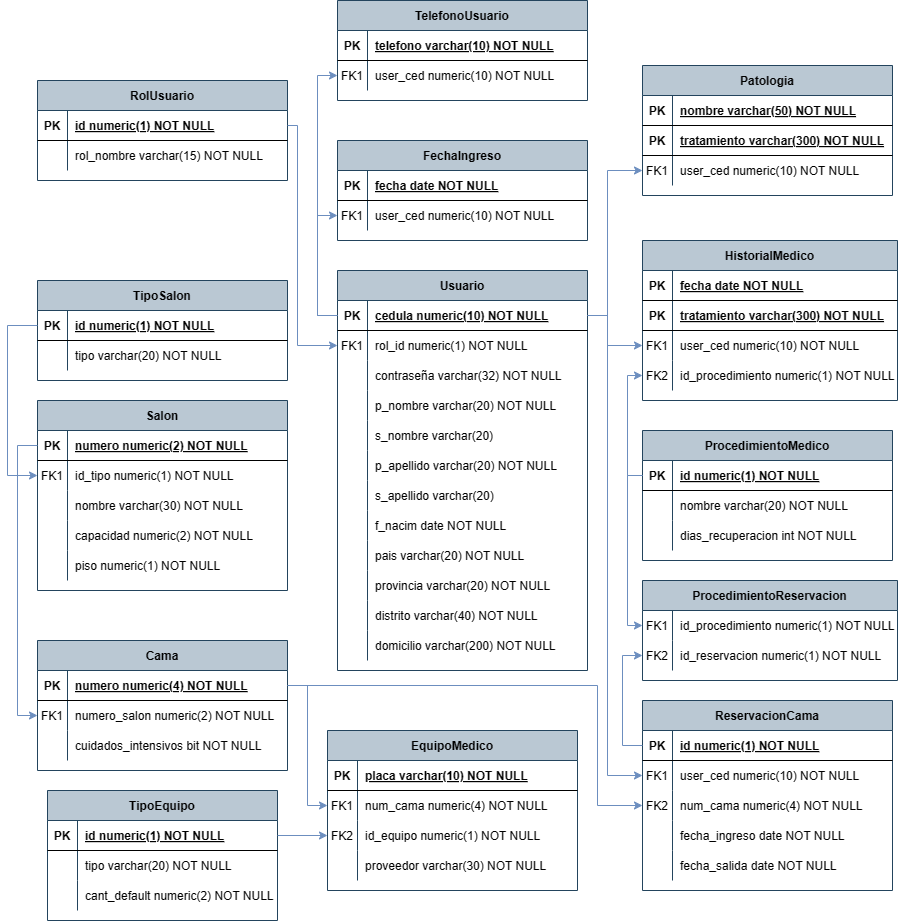
Before: Database/Diagramas/Diagrama Relacional.png, a diagram exported from draw.io (ItsRichard7/HospiTEC). Source tidied: cells renumbered, new cells last; positions are measured from the earlier drawing's top-left corner, leaving out a move shared by most shapes.
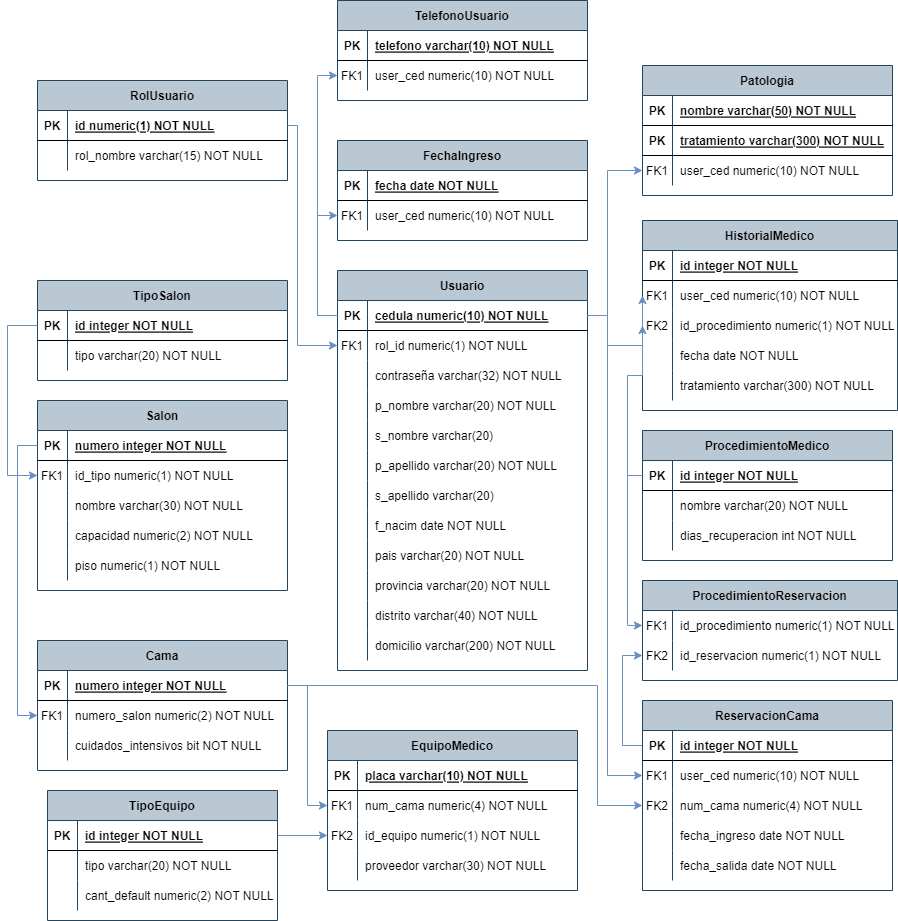
The same diagram one commit later.

Commit message:
Actualización final de los diagramas de la base

The edit, as a diff of the source:
```diff
@@ -212,7 +212,7 @@
     <mxCell id="71" value="PK" style="shape=partialRectangle;overflow=hidden;fillColor=none;top=0;left=0;bottom=0;right=0;fontStyle=1;" parent="70" vertex="1">
       <mxGeometry width="30" height="30" as="geometry" />
     </mxCell>
-    <mxCell id="72" value="id numeric(1) NOT NULL" style="shape=partialRectangle;overflow=hidden;fillColor=none;top=0;left=0;bottom=0;right=0;align=left;spacingLeft=6;fontStyle=5;" parent="70" vertex="1">
+    <mxCell id="72" value="id integer NOT NULL" style="shape=partialRectangle;overflow=hidden;fillColor=none;top=0;left=0;bottom=0;right=0;align=left;spacingLeft=6;fontStyle=5;" parent="70" vertex="1">
       <mxGeometry x="30" width="220" height="30" as="geometry" />
     </mxCell>
     <mxCell id="73" style="shape=partialRectangle;fillColor=none;points=[[0,0.5],[1,0.5]];portConstraint=eastwest;top=0;left=0;right=0;bottom=0;" parent="69" vertex="1">
@@ -260,7 +260,7 @@
     <mxCell id="87" value="PK" style="shape=partialRectangle;overflow=hidden;fillColor=none;top=0;left=0;bottom=0;right=0;fontStyle=1;" parent="86" vertex="1">
       <mxGeometry width="30" height="30" as="geometry" />
     </mxCell>
-    <mxCell id="88" value="numero numeric(4) NOT NULL" style="shape=partialRectangle;overflow=hidden;fillColor=none;top=0;left=0;bottom=0;right=0;align=left;spacingLeft=6;fontStyle=5;" parent="86" vertex="1">
+    <mxCell id="88" value="numero integer NOT NULL" style="shape=partialRectangle;overflow=hidden;fillColor=none;top=0;left=0;bottom=0;right=0;align=left;spacingLeft=6;fontStyle=5;" parent="86" vertex="1">
       <mxGeometry x="30" width="220" height="30" as="geometry" />
     </mxCell>
     <mxCell id="89" style="shape=partialRectangle;fillColor=none;points=[[0,0.5],[1,0.5]];portConstraint=eastwest;top=0;left=0;right=0;bottom=0;" parent="85" vertex="1">
@@ -290,7 +290,7 @@
     <mxCell id="97" value="PK" style="shape=partialRectangle;overflow=hidden;fillColor=none;top=0;left=0;bottom=0;right=0;fontStyle=1;" parent="96" vertex="1">
       <mxGeometry width="30" height="30" as="geometry" />
     </mxCell>
-    <mxCell id="98" value="id numeric(1) NOT NULL" style="shape=partialRectangle;overflow=hidden;fillColor=none;top=0;left=0;bottom=0;right=0;align=left;spacingLeft=6;fontStyle=5;" parent="96" vertex="1">
+    <mxCell id="98" value="id integer NOT NULL" style="shape=partialRectangle;overflow=hidden;fillColor=none;top=0;left=0;bottom=0;right=0;align=left;spacingLeft=6;fontStyle=5;" parent="96" vertex="1">
       <mxGeometry x="30" width="200" height="30" as="geometry" />
     </mxCell>
     <mxCell id="99" style="shape=partialRectangle;fillColor=none;top=0;left=0;right=0;bottom=0;" parent="95" vertex="1">
@@ -336,7 +336,7 @@
     <mxCell id="109" value="PK" style="shape=partialRectangle;overflow=hidden;fillColor=none;top=0;left=0;bottom=0;right=0;fontStyle=1;" parent="108" vertex="1">
       <mxGeometry width="30" height="30" as="geometry" />
     </mxCell>
-    <mxCell id="110" value="numero numeric(2) NOT NULL " style="shape=partialRectangle;overflow=hidden;fillColor=none;top=0;left=0;bottom=0;right=0;align=left;spacingLeft=6;fontStyle=5;" parent="108" vertex="1">
+    <mxCell id="110" value="numero integer NOT NULL " style="shape=partialRectangle;overflow=hidden;fillColor=none;top=0;left=0;bottom=0;right=0;align=left;spacingLeft=6;fontStyle=5;" parent="108" vertex="1">
       <mxGeometry x="30" width="220" height="30" as="geometry" />
     </mxCell>
     <mxCell id="111" style="shape=partialRectangle;fillColor=none;points=[[0,0.5],[1,0.5]];portConstraint=eastwest;top=0;left=0;right=0;bottom=0;" parent="107" vertex="1">
@@ -376,28 +376,19 @@
       <mxGeometry x="30" width="220" height="30" as="geometry" />
     </mxCell>
     <mxCell id="123" value="HistorialMedico" style="shape=table;startSize=30;rowLines=0;fontStyle=1;align=center;fillColor=#bac8d3;strokeColor=#23445d;" parent="1" vertex="1">
-      <mxGeometry x="635" y="240" width="255" height="160" as="geometry" />
+      <mxGeometry x="635" y="220" width="255" height="190" as="geometry" />
     </mxCell>
     <mxCell id="124" style="shape=partialRectangle;fillColor=none;top=0;left=0;right=0;bottom=1;" parent="123" vertex="1">
       <mxGeometry y="30" width="255" height="30" as="geometry" />
     </mxCell>
-    <mxCell id="125" value="PK" style="shape=partialRectangle;overflow=hidden;fillColor=none;top=0;left=0;bottom=0;right=0;fontStyle=1;" parent="124" vertex="1">
-      <mxGeometry width="30" height="30" as="geometry" />
-    </mxCell>
-    <mxCell id="126" value="fecha date NOT NULL " style="shape=partialRectangle;overflow=hidden;fillColor=none;top=0;left=0;bottom=0;right=0;align=left;spacingLeft=6;fontStyle=5;" parent="124" vertex="1">
-      <mxGeometry x="30" width="225" height="30" as="geometry" />
-    </mxCell>
-    <mxCell id="127" style="shape=partialRectangle;fillColor=none;top=0;left=0;right=0;bottom=1;" parent="123" vertex="1">
-      <mxGeometry y="60" width="255" height="30" as="geometry" />
-    </mxCell>
-    <mxCell id="128" value="PK" style="shape=partialRectangle;overflow=hidden;fillColor=none;top=0;left=0;bottom=0;right=0;fontStyle=1;" parent="127" vertex="1">
-      <mxGeometry width="30" height="30" as="geometry" />
-    </mxCell>
-    <mxCell id="129" value="tratamiento varchar(300) NOT NULL " style="shape=partialRectangle;overflow=hidden;fillColor=none;top=0;left=0;bottom=0;right=0;align=left;spacingLeft=6;fontStyle=5;" parent="127" vertex="1">
-      <mxGeometry x="30" width="225" height="30" as="geometry" />
-    </mxCell>
+    <mxCell id="186" value="PK" style="shape=partialRectangle;overflow=hidden;fillColor=none;top=0;left=0;bottom=0;right=0;fontStyle=1;" parent="124" vertex="1">
+      <mxGeometry width="30" height="30" as="geometry" />
+    </mxCell>
+    <mxCell id="187" value="id integer NOT NULL" style="shape=partialRectangle;overflow=hidden;fillColor=none;top=0;left=0;bottom=0;right=0;align=left;spacingLeft=6;fontStyle=5;" parent="124" vertex="1">
+      <mxGeometry x="30" width="225" height="30" as="geometry" />
+    </mxCell>
     <mxCell id="130" style="shape=partialRectangle;fillColor=none;points=[[0,0.5],[1,0.5]];portConstraint=eastwest;top=0;left=0;right=0;bottom=0;" parent="123" vertex="1">
-      <mxGeometry y="90" width="255" height="30" as="geometry" />
+      <mxGeometry y="60" width="255" height="30" as="geometry" />
     </mxCell>
     <mxCell id="131" value="FK1" style="shape=partialRectangle;overflow=hidden;fillColor=none;top=0;left=0;bottom=0;right=0;" parent="130" vertex="1">
       <mxGeometry width="30" height="30" as="geometry" />
@@ -406,7 +397,7 @@
       <mxGeometry x="30" width="225" height="30" as="geometry" />
     </mxCell>
     <mxCell id="133" style="shape=partialRectangle;fillColor=none;points=[[0,0.5],[1,0.5]];portConstraint=eastwest;top=0;left=0;right=0;bottom=0;" parent="123" vertex="1">
-      <mxGeometry y="120" width="255" height="30" as="geometry" />
+      <mxGeometry y="90" width="255" height="30" as="geometry" />
     </mxCell>
     <mxCell id="134" value="FK2" style="shape=partialRectangle;overflow=hidden;fillColor=none;top=0;left=0;bottom=0;right=0;" parent="133" vertex="1">
       <mxGeometry width="30" height="30" as="geometry" />
@@ -414,6 +405,24 @@
     <mxCell id="135" value="id_procedimiento numeric(1) NOT NULL" style="shape=partialRectangle;overflow=hidden;fillColor=none;top=0;left=0;bottom=0;right=0;align=left;spacingLeft=6;" parent="133" vertex="1">
       <mxGeometry x="30" width="225" height="30" as="geometry" />
     </mxCell>
+    <mxCell id="188" style="shape=partialRectangle;fillColor=none;top=0;left=0;right=0;bottom=0;" parent="123" vertex="1">
+      <mxGeometry y="120" width="255" height="30" as="geometry" />
+    </mxCell>
+    <mxCell id="189" style="shape=partialRectangle;overflow=hidden;fillColor=none;top=0;left=0;bottom=0;right=0;" parent="188" vertex="1">
+      <mxGeometry width="30" height="30" as="geometry" />
+    </mxCell>
+    <mxCell id="126" value="fecha date NOT NULL" style="shape=partialRectangle;overflow=hidden;fillColor=none;top=0;left=0;bottom=0;right=0;align=left;spacingLeft=6;" parent="188" vertex="1">
+      <mxGeometry x="30" width="225" height="30" as="geometry" />
+    </mxCell>
+    <mxCell id="190" style="shape=partialRectangle;fillColor=none;top=0;left=0;right=0;bottom=0;" parent="123" vertex="1">
+      <mxGeometry y="150" width="255" height="30" as="geometry" />
+    </mxCell>
+    <mxCell id="191" style="shape=partialRectangle;overflow=hidden;fillColor=none;top=0;left=0;bottom=0;right=0;" parent="190" vertex="1">
+      <mxGeometry width="30" height="30" as="geometry" />
+    </mxCell>
+    <mxCell id="129" value="tratamiento varchar(300) NOT NULL" style="shape=partialRectangle;overflow=hidden;fillColor=none;top=0;left=0;bottom=0;right=0;align=left;spacingLeft=6;" parent="190" vertex="1">
+      <mxGeometry x="30" width="225" height="30" as="geometry" />
+    </mxCell>
     <mxCell id="136" style="edgeStyle=orthogonalEdgeStyle;rounded=0;jettySize=auto;html=1;exitX=1;exitY=0.5;exitDx=0;exitDy=0;entryX=0;entryY=0.5;entryDx=0;entryDy=0;fillColor=#dae8fc;strokeColor=#6c8ebf;" parent="1" edge="1" source="10" target="130">
       <mxGeometry relative="1" as="geometry">
         <Array as="points">
@@ -479,7 +488,7 @@
     <mxCell id="155" value="PK" style="shape=partialRectangle;overflow=hidden;fillColor=none;top=0;left=0;bottom=0;right=0;fontStyle=1;" parent="154" vertex="1">
       <mxGeometry width="30" height="30" as="geometry" />
     </mxCell>
-    <mxCell id="156" value="id numeric(1) NOT NULL" style="shape=partialRectangle;overflow=hidden;fillColor=none;top=0;left=0;bottom=0;right=0;align=left;spacingLeft=6;fontStyle=5;" parent="154" vertex="1">
+    <mxCell id="156" value="id integer NOT NULL" style="shape=partialRectangle;overflow=hidden;fillColor=none;top=0;left=0;bottom=0;right=0;align=left;spacingLeft=6;fontStyle=5;" parent="154" vertex="1">
       <mxGeometry x="30" width="220" height="30" as="geometry" />
     </mxCell>
     <mxCell id="157" style="shape=partialRectangle;fillColor=none;top=0;left=0;right=0;bottom=0;" parent="153" vertex="1">
@@ -517,7 +526,7 @@
     <mxCell id="166" value="PK" style="shape=partialRectangle;overflow=hidden;fillColor=none;top=0;left=0;bottom=0;right=0;fontStyle=1;" parent="165" vertex="1">
       <mxGeometry width="30" height="30" as="geometry" />
     </mxCell>
-    <mxCell id="167" value="id numeric(1) NOT NULL" style="shape=partialRectangle;overflow=hidden;fillColor=none;top=0;left=0;bottom=0;right=0;align=left;spacingLeft=6;fontStyle=5;" parent="165" vertex="1">
+    <mxCell id="167" value="id integer NOT NULL" style="shape=partialRectangle;overflow=hidden;fillColor=none;top=0;left=0;bottom=0;right=0;align=left;spacingLeft=6;fontStyle=5;" parent="165" vertex="1">
       <mxGeometry x="30" width="220" height="30" as="geometry" />
     </mxCell>
     <mxCell id="168" style="shape=partialRectangle;fillColor=none;top=0;left=0;right=0;bottom=0;" parent="164" vertex="1">
```
